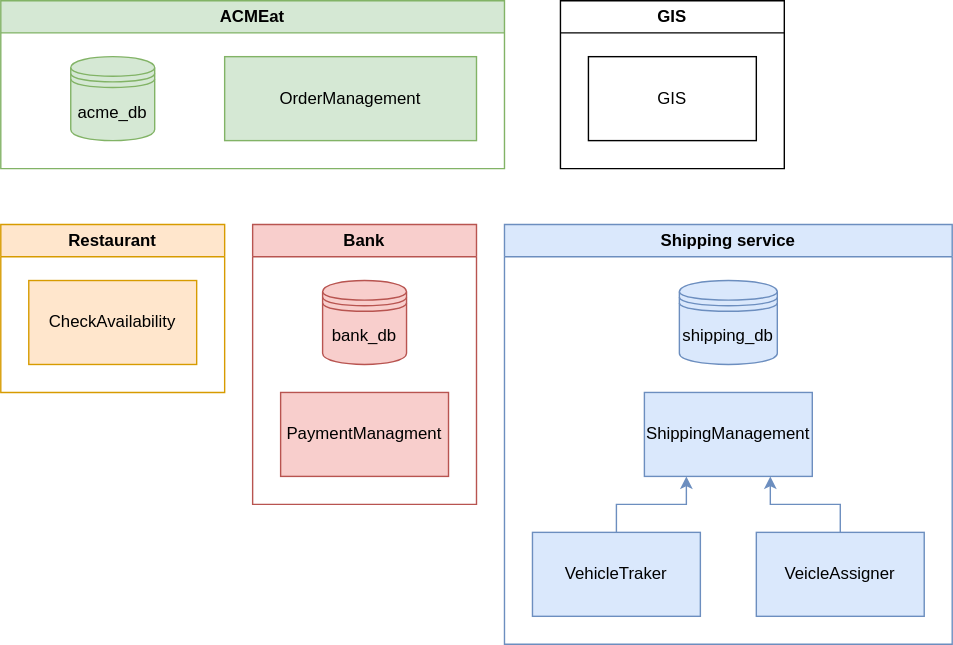
Before: docs/acmeat-infrastructure.svg, a diagram exported from draw.io (asm-project2425/ACMEat). Source tidied: cells renumbered, new cells last; positions are measured from the earlier drawing's top-left corner, leaving out a move shared by most shapes. The source it was exported from:
```xml
<mxGraphModel>
  <root>
    <mxCell id="0" />
    <mxCell id="1" parent="0" />
    <mxCell id="2" value="ACMEat" style="swimlane;whiteSpace=wrap;html=1;fillColor=#d5e8d4;strokeColor=#82b366;" parent="1" vertex="1">
      <mxGeometry width="360" height="120" as="geometry" />
    </mxCell>
    <mxCell id="3" value="OrderManagement" style="rounded=0;whiteSpace=wrap;html=1;fillColor=#d5e8d4;strokeColor=#82b366;" parent="2" vertex="1">
      <mxGeometry x="160" y="40" width="180" height="60" as="geometry" />
    </mxCell>
    <mxCell id="4" value="acme_db" style="shape=datastore;whiteSpace=wrap;html=1;fillColor=#d5e8d4;strokeColor=#82b366;" parent="2" vertex="1">
      <mxGeometry x="50" y="40" width="60" height="60" as="geometry" />
    </mxCell>
    <mxCell id="5" value="Bank" style="swimlane;whiteSpace=wrap;html=1;fillColor=#f8cecc;strokeColor=#b85450;" parent="1" vertex="1">
      <mxGeometry x="180" y="160" width="160" height="200" as="geometry" />
    </mxCell>
    <mxCell id="6" value="PaymentManagment" style="rounded=0;whiteSpace=wrap;html=1;fillColor=#f8cecc;strokeColor=#b85450;" parent="5" vertex="1">
      <mxGeometry x="20" y="120" width="120" height="60" as="geometry" />
    </mxCell>
    <mxCell id="7" value="bank_db" style="shape=datastore;whiteSpace=wrap;html=1;fillColor=#f8cecc;strokeColor=#b85450;" parent="5" vertex="1">
      <mxGeometry x="50" y="40" width="60" height="60" as="geometry" />
    </mxCell>
    <mxCell id="8" value="Restaurant" style="swimlane;whiteSpace=wrap;html=1;startSize=23;fillColor=#ffe6cc;strokeColor=#d79b00;" parent="1" vertex="1">
      <mxGeometry y="160" width="160" height="120" as="geometry" />
    </mxCell>
    <mxCell id="9" value="CheckAvailability" style="rounded=0;whiteSpace=wrap;html=1;fillColor=#ffe6cc;strokeColor=#d79b00;" parent="8" vertex="1">
      <mxGeometry x="20" y="40" width="120" height="60" as="geometry" />
    </mxCell>
    <mxCell id="10" value="Shipping service" style="swimlane;whiteSpace=wrap;html=1;fillColor=#dae8fc;strokeColor=#6c8ebf;" parent="1" vertex="1">
      <mxGeometry x="360" y="160" width="320" height="300" as="geometry" />
    </mxCell>
    <mxCell id="11" style="edgeStyle=orthogonalEdgeStyle;rounded=0;jettySize=auto;html=1;entryX=0.25;entryY=1;entryDx=0;entryDy=0;fillColor=#dae8fc;strokeColor=#6c8ebf;" parent="10" edge="1" source="12" target="13">
      <mxGeometry relative="1" as="geometry" />
    </mxCell>
    <mxCell id="12" value="VehicleTraker" style="rounded=0;whiteSpace=wrap;html=1;fillColor=#dae8fc;strokeColor=#6c8ebf;" parent="10" vertex="1">
      <mxGeometry x="20" y="220" width="120" height="60" as="geometry" />
    </mxCell>
    <mxCell id="13" value="ShippingManagement" style="rounded=0;whiteSpace=wrap;html=1;fillColor=#dae8fc;strokeColor=#6c8ebf;" parent="10" vertex="1">
      <mxGeometry x="100" y="120" width="120" height="60" as="geometry" />
    </mxCell>
    <mxCell id="14" style="edgeStyle=orthogonalEdgeStyle;rounded=0;jettySize=auto;html=1;entryX=0.75;entryY=1;entryDx=0;entryDy=0;fillColor=#dae8fc;strokeColor=#6c8ebf;" parent="10" edge="1" source="15" target="13">
      <mxGeometry relative="1" as="geometry" />
    </mxCell>
    <mxCell id="15" value="VeicleAssigner" style="rounded=0;whiteSpace=wrap;html=1;fillColor=#dae8fc;strokeColor=#6c8ebf;" parent="10" vertex="1">
      <mxGeometry x="180" y="220" width="120" height="60" as="geometry" />
    </mxCell>
    <mxCell id="16" value="shipping_db" style="shape=datastore;whiteSpace=wrap;html=1;fillColor=#dae8fc;strokeColor=#6c8ebf;" parent="10" vertex="1">
      <mxGeometry x="125" y="40" width="70" height="60" as="geometry" />
    </mxCell>
    <mxCell id="17" value="GIS" style="swimlane;whiteSpace=wrap;html=1;" parent="1" vertex="1">
      <mxGeometry x="400" width="160" height="120" as="geometry" />
    </mxCell>
    <mxCell id="18" value="GIS" style="rounded=0;whiteSpace=wrap;html=1;" parent="17" vertex="1">
      <mxGeometry x="20" y="40" width="120" height="60" as="geometry" />
    </mxCell>
  </root>
</mxGraphModel>
```
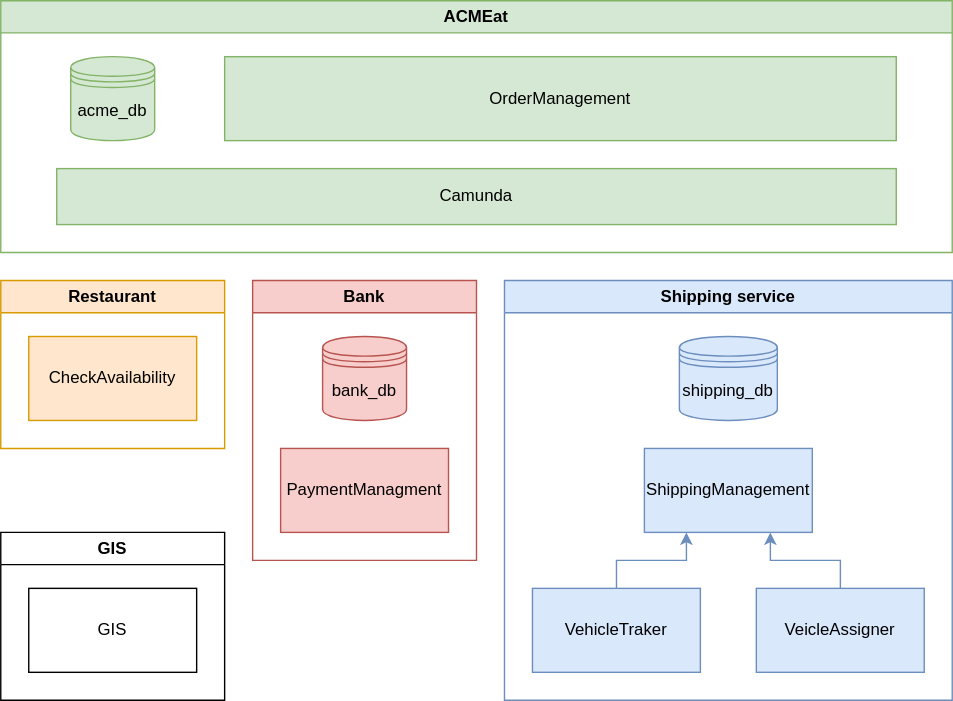
Above is the later version.

The edit, as a diff of the source:
```diff
@@ -3,14 +3,17 @@
     <mxCell id="0" />
     <mxCell id="1" parent="0" />
     <mxCell id="2" value="ACMEat" style="swimlane;whiteSpace=wrap;html=1;fillColor=#d5e8d4;strokeColor=#82b366;" parent="1" vertex="1">
-      <mxGeometry width="360" height="120" as="geometry" />
+      <mxGeometry y="-40" width="680" height="180" as="geometry" />
     </mxCell>
     <mxCell id="3" value="OrderManagement" style="rounded=0;whiteSpace=wrap;html=1;fillColor=#d5e8d4;strokeColor=#82b366;" parent="2" vertex="1">
-      <mxGeometry x="160" y="40" width="180" height="60" as="geometry" />
+      <mxGeometry x="160" y="40" width="480" height="60" as="geometry" />
     </mxCell>
     <mxCell id="4" value="acme_db" style="shape=datastore;whiteSpace=wrap;html=1;fillColor=#d5e8d4;strokeColor=#82b366;" parent="2" vertex="1">
       <mxGeometry x="50" y="40" width="60" height="60" as="geometry" />
     </mxCell>
+    <mxCell id="19" value="Camunda" style="rounded=0;whiteSpace=wrap;html=1;fillColor=#d5e8d4;strokeColor=#82b366;" parent="2" vertex="1">
+      <mxGeometry x="40" y="120" width="600" height="40" as="geometry" />
+    </mxCell>
     <mxCell id="5" value="Bank" style="swimlane;whiteSpace=wrap;html=1;fillColor=#f8cecc;strokeColor=#b85450;" parent="1" vertex="1">
       <mxGeometry x="180" y="160" width="160" height="200" as="geometry" />
     </mxCell>
@@ -48,7 +51,7 @@
       <mxGeometry x="125" y="40" width="70" height="60" as="geometry" />
     </mxCell>
     <mxCell id="17" value="GIS" style="swimlane;whiteSpace=wrap;html=1;" parent="1" vertex="1">
-      <mxGeometry x="400" width="160" height="120" as="geometry" />
+      <mxGeometry y="340" width="160" height="120" as="geometry" />
     </mxCell>
     <mxCell id="18" value="GIS" style="rounded=0;whiteSpace=wrap;html=1;" parent="17" vertex="1">
       <mxGeometry x="20" y="40" width="120" height="60" as="geometry" />
```
